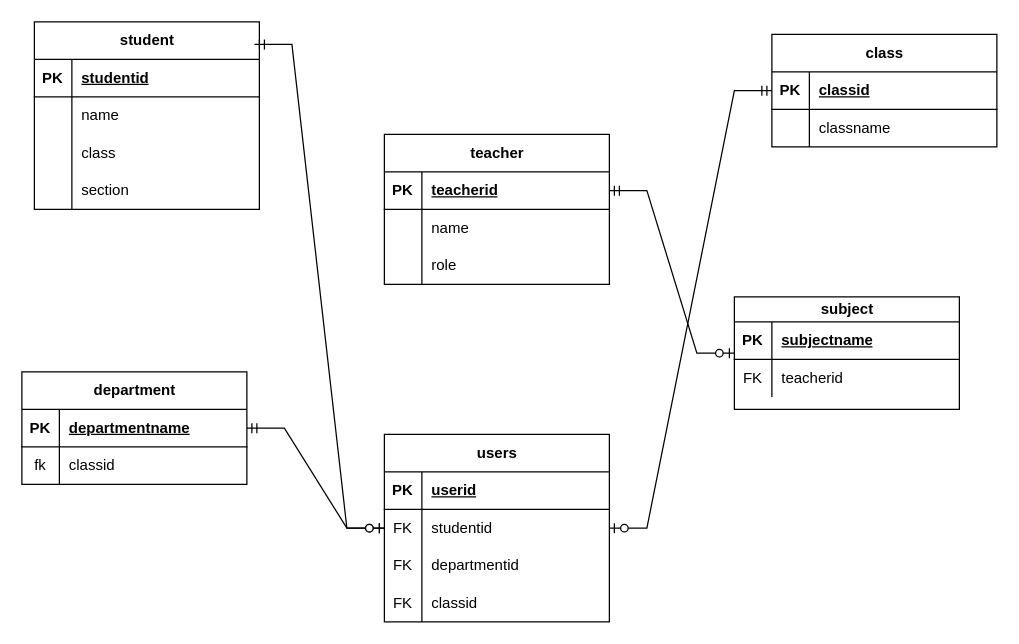
Before: Untitled Diagram.drawio in rohytsharma/diagrams_softwaredesign, a draw.io diagram. Source tidied: cells renumbered, new cells numbered last; positions are measured from the earlier drawing's top-left corner, leaving out a move shared by most shapes. Both pictures are drawn from the tidied source at 125%, with x=0, y=0 at pixel (21, 21).
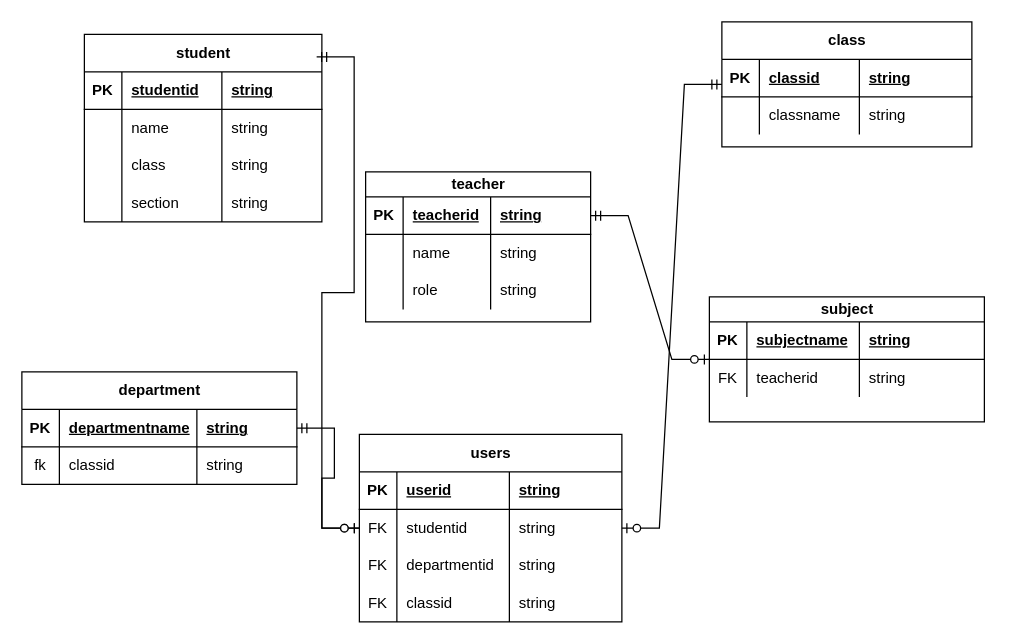
After the change.

The edit, as a diff of the source:
```diff
@@
     <mxCell id="2" value="student" style="shape=table;startSize=30;childLayout=tableLayout;rowLines=0;fontStyle=1;align=center;html=1;" parent="1" vertex="1">
-      <mxGeometry x="10" width="180" height="150" as="geometry" />
+      <mxGeometry x="50" y="10" width="190" height="150" as="geometry" />
     </mxCell>
     <mxCell id="3" style="shape=tableRow;horizontal=0;startSize=0;swimlaneHead=0;swimlaneBody=0;fillColor=none;top=0;left=0;right=0;bottom=1;" parent="2" vertex="1">
-      <mxGeometry y="30" width="180" height="30" as="geometry" />
+      <mxGeometry y="30" width="190" height="30" as="geometry" />
     </mxCell>
@@
     <mxCell id="5" value="studentid" style="shape=partialRectangle;fillColor=none;top=0;left=0;bottom=0;right=0;align=left;spacingLeft=6;fontStyle=5;overflow=hidden;whiteSpace=wrap;html=1;" parent="3" vertex="1">
-      <mxGeometry x="30" width="150" height="30" as="geometry" />
+      <mxGeometry x="30" width="80" height="30" as="geometry" />
     </mxCell>
+    <mxCell id="63" value="string" style="shape=partialRectangle;fillColor=none;top=0;left=0;bottom=0;right=0;align=left;spacingLeft=6;fontStyle=5;overflow=hidden;whiteSpace=wrap;html=1;" parent="3" vertex="1">
+      <mxGeometry x="110" width="80" height="30" as="geometry" />
+    </mxCell>
     <mxCell id="6" style="shape=tableRow;horizontal=0;startSize=0;swimlaneHead=0;swimlaneBody=0;fillColor=none;top=0;left=0;right=0;bottom=0;" parent="2" vertex="1">
-      <mxGeometry y="60" width="180" height="30" as="geometry" />
+      <mxGeometry y="60" width="190" height="30" as="geometry" />
     </mxCell>
@@
     <mxCell id="8" value="name" style="shape=partialRectangle;fillColor=none;top=0;left=0;bottom=0;right=0;align=left;spacingLeft=6;overflow=hidden;whiteSpace=wrap;html=1;" parent="6" vertex="1">
-      <mxGeometry x="30" width="150" height="30" as="geometry" />
+      <mxGeometry x="30" width="80" height="30" as="geometry" />
     </mxCell>
+    <mxCell id="64" value="string" style="shape=partialRectangle;fillColor=none;top=0;left=0;bottom=0;right=0;align=left;spacingLeft=6;overflow=hidden;whiteSpace=wrap;html=1;" parent="6" vertex="1">
+      <mxGeometry x="110" width="80" height="30" as="geometry" />
+    </mxCell>
     <mxCell id="9" style="shape=tableRow;horizontal=0;startSize=0;swimlaneHead=0;swimlaneBody=0;fillColor=none;top=0;left=0;right=0;bottom=0;" parent="2" vertex="1">
-      <mxGeometry y="90" width="180" height="30" as="geometry" />
+      <mxGeometry y="90" width="190" height="30" as="geometry" />
     </mxCell>
@@
     <mxCell id="11" value="class" style="shape=partialRectangle;fillColor=none;top=0;left=0;bottom=0;right=0;align=left;spacingLeft=6;overflow=hidden;whiteSpace=wrap;html=1;" parent="9" vertex="1">
-      <mxGeometry x="30" width="150" height="30" as="geometry" />
+      <mxGeometry x="30" width="80" height="30" as="geometry" />
     </mxCell>
+    <mxCell id="65" value="string" style="shape=partialRectangle;fillColor=none;top=0;left=0;bottom=0;right=0;align=left;spacingLeft=6;overflow=hidden;whiteSpace=wrap;html=1;" parent="9" vertex="1">
+      <mxGeometry x="110" width="80" height="30" as="geometry" />
+    </mxCell>
     <mxCell id="12" style="shape=tableRow;horizontal=0;startSize=0;swimlaneHead=0;swimlaneBody=0;fillColor=none;top=0;left=0;right=0;bottom=0;" parent="2" vertex="1">
-      <mxGeometry y="120" width="180" height="30" as="geometry" />
+      <mxGeometry y="120" width="190" height="30" as="geometry" />
     </mxCell>
@@
     <mxCell id="14" value="section" style="shape=partialRectangle;fillColor=none;top=0;left=0;bottom=0;right=0;align=left;spacingLeft=6;overflow=hidden;whiteSpace=wrap;html=1;" parent="12" vertex="1">
-      <mxGeometry x="30" width="150" height="30" as="geometry" />
+      <mxGeometry x="30" width="80" height="30" as="geometry" />
     </mxCell>
+    <mxCell id="66" value="string" style="shape=partialRectangle;fillColor=none;top=0;left=0;bottom=0;right=0;align=left;spacingLeft=6;overflow=hidden;whiteSpace=wrap;html=1;" parent="12" vertex="1">
+      <mxGeometry x="110" width="80" height="30" as="geometry" />
+    </mxCell>
     <mxCell id="15" value="subject" style="shape=table;startSize=20;childLayout=tableLayout;rowLines=0;fontStyle=1;align=center;html=1;" parent="1" vertex="1">
-      <mxGeometry x="570" y="220" width="180" height="90" as="geometry" />
+      <mxGeometry x="550" y="220" width="220" height="100" as="geometry" />
     </mxCell>
     <mxCell id="16" style="shape=tableRow;horizontal=0;startSize=0;swimlaneHead=0;swimlaneBody=0;fillColor=none;top=0;left=0;right=0;bottom=1;" parent="15" vertex="1">
-      <mxGeometry y="20" width="180" height="30" as="geometry" />
+      <mxGeometry y="20" width="220" height="30" as="geometry" />
     </mxCell>
@@
     <mxCell id="18" value="subjectname" style="shape=partialRectangle;fillColor=none;top=0;left=0;bottom=0;right=0;align=left;spacingLeft=6;fontStyle=5;overflow=hidden;whiteSpace=wrap;html=1;" parent="16" vertex="1">
-      <mxGeometry x="30" width="150" height="30" as="geometry" />
+      <mxGeometry x="30" width="90" height="30" as="geometry" />
     </mxCell>
+    <mxCell id="67" value="string" style="shape=partialRectangle;fillColor=none;top=0;left=0;bottom=0;right=0;align=left;spacingLeft=6;fontStyle=5;overflow=hidden;whiteSpace=wrap;html=1;" parent="16" vertex="1">
+      <mxGeometry x="120" width="100" height="30" as="geometry" />
+    </mxCell>
     <mxCell id="19" style="shape=tableRow;horizontal=0;startSize=0;swimlaneHead=0;swimlaneBody=0;fillColor=none;top=0;left=0;right=0;bottom=0;" parent="15" vertex="1">
-      <mxGeometry y="50" width="180" height="30" as="geometry" />
+      <mxGeometry y="50" width="220" height="30" as="geometry" />
     </mxCell>
@@
     <mxCell id="21" value="teacherid" style="shape=partialRectangle;fillColor=none;top=0;left=0;bottom=0;right=0;align=left;spacingLeft=6;overflow=hidden;whiteSpace=wrap;html=1;" parent="19" vertex="1">
-      <mxGeometry x="30" width="150" height="30" as="geometry" />
+      <mxGeometry x="30" width="90" height="30" as="geometry" />
     </mxCell>
+    <mxCell id="68" value="string" style="shape=partialRectangle;fillColor=none;top=0;left=0;bottom=0;right=0;align=left;spacingLeft=6;overflow=hidden;whiteSpace=wrap;html=1;" parent="19" vertex="1">
+      <mxGeometry x="120" width="100" height="30" as="geometry" />
+    </mxCell>
-    <mxCell id="22" value="teacher" style="shape=table;startSize=30;childLayout=tableLayout;rowLines=0;fontStyle=1;align=center;html=1;" parent="1" vertex="1">
-      <mxGeometry x="290" y="90" width="180" height="120" as="geometry" />
+    <mxCell id="22" value="teacher" style="shape=table;startSize=20;childLayout=tableLayout;rowLines=0;fontStyle=1;align=center;html=1;" parent="1" vertex="1">
+      <mxGeometry x="275" y="120" width="180" height="120" as="geometry" />
     </mxCell>
     <mxCell id="23" style="shape=tableRow;horizontal=0;startSize=0;swimlaneHead=0;swimlaneBody=0;fillColor=none;points=[[0,0.5],[1,0.5]];portConstraint=eastwest;top=0;left=0;right=0;bottom=1;" parent="22" vertex="1">
-      <mxGeometry y="30" width="180" height="30" as="geometry" />
+      <mxGeometry y="20" width="180" height="30" as="geometry" />
     </mxCell>
@@
     <mxCell id="25" value="teacherid" style="shape=partialRectangle;fillColor=none;top=0;left=0;bottom=0;right=0;align=left;spacingLeft=6;fontStyle=5;overflow=hidden;whiteSpace=wrap;html=1;" parent="23" vertex="1">
-      <mxGeometry x="30" width="150" height="30" as="geometry" />
+      <mxGeometry x="30" width="70" height="30" as="geometry" />
     </mxCell>
+    <mxCell id="69" value="string" style="shape=partialRectangle;fillColor=none;top=0;left=0;bottom=0;right=0;align=left;spacingLeft=6;fontStyle=5;overflow=hidden;whiteSpace=wrap;html=1;" parent="23" vertex="1">
+      <mxGeometry x="100" width="80" height="30" as="geometry" />
+    </mxCell>
     <mxCell id="26" style="shape=tableRow;horizontal=0;startSize=0;swimlaneHead=0;swimlaneBody=0;fillColor=none;top=0;left=0;right=0;bottom=0;" parent="22" vertex="1">
-      <mxGeometry y="60" width="180" height="30" as="geometry" />
+      <mxGeometry y="50" width="180" height="30" as="geometry" />
     </mxCell>
@@
     <mxCell id="28" value="name" style="shape=partialRectangle;fillColor=none;top=0;left=0;bottom=0;right=0;align=left;spacingLeft=6;overflow=hidden;whiteSpace=wrap;html=1;" parent="26" vertex="1">
-      <mxGeometry x="30" width="150" height="30" as="geometry" />
+      <mxGeometry x="30" width="70" height="30" as="geometry" />
     </mxCell>
+    <mxCell id="70" value="string" style="shape=partialRectangle;fillColor=none;top=0;left=0;bottom=0;right=0;align=left;spacingLeft=6;overflow=hidden;whiteSpace=wrap;html=1;" parent="26" vertex="1">
+      <mxGeometry x="100" width="80" height="30" as="geometry" />
+    </mxCell>
     <mxCell id="29" style="shape=tableRow;horizontal=0;startSize=0;swimlaneHead=0;swimlaneBody=0;fillColor=none;top=0;left=0;right=0;bottom=0;" parent="22" vertex="1">
-      <mxGeometry y="90" width="180" height="30" as="geometry" />
+      <mxGeometry y="80" width="180" height="30" as="geometry" />
     </mxCell>
@@
     <mxCell id="31" value="role" style="shape=partialRectangle;fillColor=none;top=0;left=0;bottom=0;right=0;align=left;spacingLeft=6;overflow=hidden;whiteSpace=wrap;html=1;" parent="29" vertex="1">
-      <mxGeometry x="30" width="150" height="30" as="geometry" />
+      <mxGeometry x="30" width="70" height="30" as="geometry" />
     </mxCell>
+    <mxCell id="71" value="string" style="shape=partialRectangle;fillColor=none;top=0;left=0;bottom=0;right=0;align=left;spacingLeft=6;overflow=hidden;whiteSpace=wrap;html=1;" parent="29" vertex="1">
+      <mxGeometry x="100" width="80" height="30" as="geometry" />
+    </mxCell>
     <mxCell id="32" value="department" style="shape=table;startSize=30;childLayout=tableLayout;rowLines=0;fontStyle=1;align=center;html=1;" parent="1" vertex="1">
-      <mxGeometry y="280" width="180" height="90" as="geometry" />
+      <mxGeometry y="280" width="220" height="90" as="geometry" />
     </mxCell>
     <mxCell id="33" style="shape=tableRow;horizontal=0;startSize=0;swimlaneHead=0;swimlaneBody=0;fillColor=none;top=0;left=0;right=0;bottom=1;" parent="32" vertex="1">
-      <mxGeometry y="30" width="180" height="30" as="geometry" />
+      <mxGeometry y="30" width="220" height="30" as="geometry" />
     </mxCell>
@@
     <mxCell id="35" value="departmentname" style="shape=partialRectangle;fillColor=none;top=0;left=0;bottom=0;right=0;align=left;spacingLeft=6;fontStyle=5;overflow=hidden;whiteSpace=wrap;html=1;" parent="33" vertex="1">
-      <mxGeometry x="30" width="150" height="30" as="geometry" />
+      <mxGeometry x="30" width="110" height="30" as="geometry" />
     </mxCell>
+    <mxCell id="72" value="string" style="shape=partialRectangle;fillColor=none;top=0;left=0;bottom=0;right=0;align=left;spacingLeft=6;fontStyle=5;overflow=hidden;whiteSpace=wrap;html=1;" parent="33" vertex="1">
+      <mxGeometry x="140" width="80" height="30" as="geometry" />
+    </mxCell>
     <mxCell id="36" style="shape=tableRow;horizontal=0;startSize=0;swimlaneHead=0;swimlaneBody=0;fillColor=none;top=0;left=0;right=0;bottom=0;" parent="32" vertex="1">
-      <mxGeometry y="60" width="180" height="30" as="geometry" />
+      <mxGeometry y="60" width="220" height="30" as="geometry" />
     </mxCell>
@@
     <mxCell id="38" value="classid" style="shape=partialRectangle;fillColor=none;top=0;left=0;bottom=0;right=0;align=left;spacingLeft=6;overflow=hidden;whiteSpace=wrap;html=1;" parent="36" vertex="1">
-      <mxGeometry x="30" width="150" height="30" as="geometry" />
+      <mxGeometry x="30" width="110" height="30" as="geometry" />
     </mxCell>
+    <mxCell id="73" value="string" style="shape=partialRectangle;fillColor=none;top=0;left=0;bottom=0;right=0;align=left;spacingLeft=6;overflow=hidden;whiteSpace=wrap;html=1;" parent="36" vertex="1">
+      <mxGeometry x="140" width="80" height="30" as="geometry" />
+    </mxCell>
     <mxCell id="39" value="users" style="shape=table;startSize=30;childLayout=tableLayout;rowLines=0;fontStyle=1;align=center;html=1;" parent="1" vertex="1">
-      <mxGeometry x="290" y="330" width="180" height="150" as="geometry" />
+      <mxGeometry x="270" y="330" width="210" height="150" as="geometry" />
     </mxCell>
     <mxCell id="40" style="shape=tableRow;horizontal=0;startSize=0;swimlaneHead=0;swimlaneBody=0;fillColor=none;top=0;left=0;right=0;bottom=1;" parent="39" vertex="1">
-      <mxGeometry y="30" width="180" height="30" as="geometry" />
+      <mxGeometry y="30" width="210" height="30" as="geometry" />
     </mxCell>
@@
     <mxCell id="42" value="userid" style="shape=partialRectangle;fillColor=none;top=0;left=0;bottom=0;right=0;align=left;spacingLeft=6;fontStyle=5;overflow=hidden;whiteSpace=wrap;html=1;" parent="40" vertex="1">
-      <mxGeometry x="30" width="150" height="30" as="geometry" />
+      <mxGeometry x="30" width="90" height="30" as="geometry" />
     </mxCell>
+    <mxCell id="74" value="string" style="shape=partialRectangle;fillColor=none;top=0;left=0;bottom=0;right=0;align=left;spacingLeft=6;fontStyle=5;overflow=hidden;whiteSpace=wrap;html=1;" parent="40" vertex="1">
+      <mxGeometry x="120" width="90" height="30" as="geometry" />
+    </mxCell>
     <mxCell id="43" style="shape=tableRow;horizontal=0;startSize=0;swimlaneHead=0;swimlaneBody=0;fillColor=none;top=0;left=0;right=0;bottom=0;" parent="39" vertex="1">
-      <mxGeometry y="60" width="180" height="30" as="geometry" />
+      <mxGeometry y="60" width="210" height="30" as="geometry" />
     </mxCell>
@@
     <mxCell id="45" value="studentid" style="shape=partialRectangle;fillColor=none;top=0;left=0;bottom=0;right=0;align=left;spacingLeft=6;overflow=hidden;whiteSpace=wrap;html=1;" parent="43" vertex="1">
-      <mxGeometry x="30" width="150" height="30" as="geometry" />
+      <mxGeometry x="30" width="90" height="30" as="geometry" />
     </mxCell>
+    <mxCell id="75" value="string" style="shape=partialRectangle;fillColor=none;top=0;left=0;bottom=0;right=0;align=left;spacingLeft=6;overflow=hidden;whiteSpace=wrap;html=1;" parent="43" vertex="1">
+      <mxGeometry x="120" width="90" height="30" as="geometry" />
+    </mxCell>
     <mxCell id="46" style="shape=tableRow;horizontal=0;startSize=0;swimlaneHead=0;swimlaneBody=0;fillColor=none;top=0;left=0;right=0;bottom=0;" parent="39" vertex="1">
-      <mxGeometry y="90" width="180" height="30" as="geometry" />
+      <mxGeometry y="90" width="210" height="30" as="geometry" />
     </mxCell>
@@
     <mxCell id="48" value="departmentid" style="shape=partialRectangle;fillColor=none;top=0;left=0;bottom=0;right=0;align=left;spacingLeft=6;overflow=hidden;whiteSpace=wrap;html=1;" parent="46" vertex="1">
-      <mxGeometry x="30" width="150" height="30" as="geometry" />
+      <mxGeometry x="30" width="90" height="30" as="geometry" />
     </mxCell>
+    <mxCell id="76" value="string" style="shape=partialRectangle;fillColor=none;top=0;left=0;bottom=0;right=0;align=left;spacingLeft=6;overflow=hidden;whiteSpace=wrap;html=1;" parent="46" vertex="1">
+      <mxGeometry x="120" width="90" height="30" as="geometry" />
+    </mxCell>
     <mxCell id="49" style="shape=tableRow;horizontal=0;startSize=0;swimlaneHead=0;swimlaneBody=0;fillColor=none;top=0;left=0;right=0;bottom=0;" parent="39" vertex="1">
-      <mxGeometry y="120" width="180" height="30" as="geometry" />
+      <mxGeometry y="120" width="210" height="30" as="geometry" />
     </mxCell>
@@
     <mxCell id="51" value="classid" style="shape=partialRectangle;fillColor=none;top=0;left=0;bottom=0;right=0;align=left;spacingLeft=6;overflow=hidden;whiteSpace=wrap;html=1;" parent="49" vertex="1">
-      <mxGeometry x="30" width="150" height="30" as="geometry" />
+      <mxGeometry x="30" width="90" height="30" as="geometry" />
     </mxCell>
+    <mxCell id="77" value="string" style="shape=partialRectangle;fillColor=none;top=0;left=0;bottom=0;right=0;align=left;spacingLeft=6;overflow=hidden;whiteSpace=wrap;html=1;" parent="49" vertex="1">
+      <mxGeometry x="120" width="90" height="30" as="geometry" />
+    </mxCell>
     <mxCell id="52" value="class" style="shape=table;startSize=30;childLayout=tableLayout;rowLines=0;fontStyle=1;align=center;html=1;" parent="1" vertex="1">
-      <mxGeometry x="600" y="10" width="180" height="90" as="geometry" />
+      <mxGeometry x="560" width="200" height="100" as="geometry" />
     </mxCell>
     <mxCell id="53" style="shape=tableRow;horizontal=0;startSize=0;swimlaneHead=0;swimlaneBody=0;fillColor=none;top=0;left=0;right=0;bottom=1;" parent="52" vertex="1">
-      <mxGeometry y="30" width="180" height="30" as="geometry" />
+      <mxGeometry y="30" width="200" height="30" as="geometry" />
     </mxCell>
@@
     <mxCell id="55" value="classid" style="shape=partialRectangle;fillColor=none;top=0;left=0;bottom=0;right=0;align=left;spacingLeft=6;fontStyle=5;overflow=hidden;whiteSpace=wrap;html=1;" parent="53" vertex="1">
-      <mxGeometry x="30" width="150" height="30" as="geometry" />
+      <mxGeometry x="30" width="80" height="30" as="geometry" />
     </mxCell>
+    <mxCell id="78" value="string" style="shape=partialRectangle;fillColor=none;top=0;left=0;bottom=0;right=0;align=left;spacingLeft=6;fontStyle=5;overflow=hidden;whiteSpace=wrap;html=1;" parent="53" vertex="1">
+      <mxGeometry x="110" width="90" height="30" as="geometry" />
+    </mxCell>
     <mxCell id="56" style="shape=tableRow;horizontal=0;startSize=0;swimlaneHead=0;swimlaneBody=0;fillColor=none;top=0;left=0;right=0;bottom=0;" parent="52" vertex="1">
-      <mxGeometry y="60" width="180" height="30" as="geometry" />
+      <mxGeometry y="60" width="200" height="30" as="geometry" />
     </mxCell>
@@
     <mxCell id="58" value="classname" style="shape=partialRectangle;fillColor=none;top=0;left=0;bottom=0;right=0;align=left;spacingLeft=6;overflow=hidden;whiteSpace=wrap;html=1;" parent="56" vertex="1">
-      <mxGeometry x="30" width="150" height="30" as="geometry" />
+      <mxGeometry x="30" width="80" height="30" as="geometry" />
     </mxCell>
+    <mxCell id="79" value="string" style="shape=partialRectangle;fillColor=none;top=0;left=0;bottom=0;right=0;align=left;spacingLeft=6;overflow=hidden;whiteSpace=wrap;html=1;" parent="56" vertex="1">
+      <mxGeometry x="110" width="90" height="30" as="geometry" />
+    </mxCell>
```
